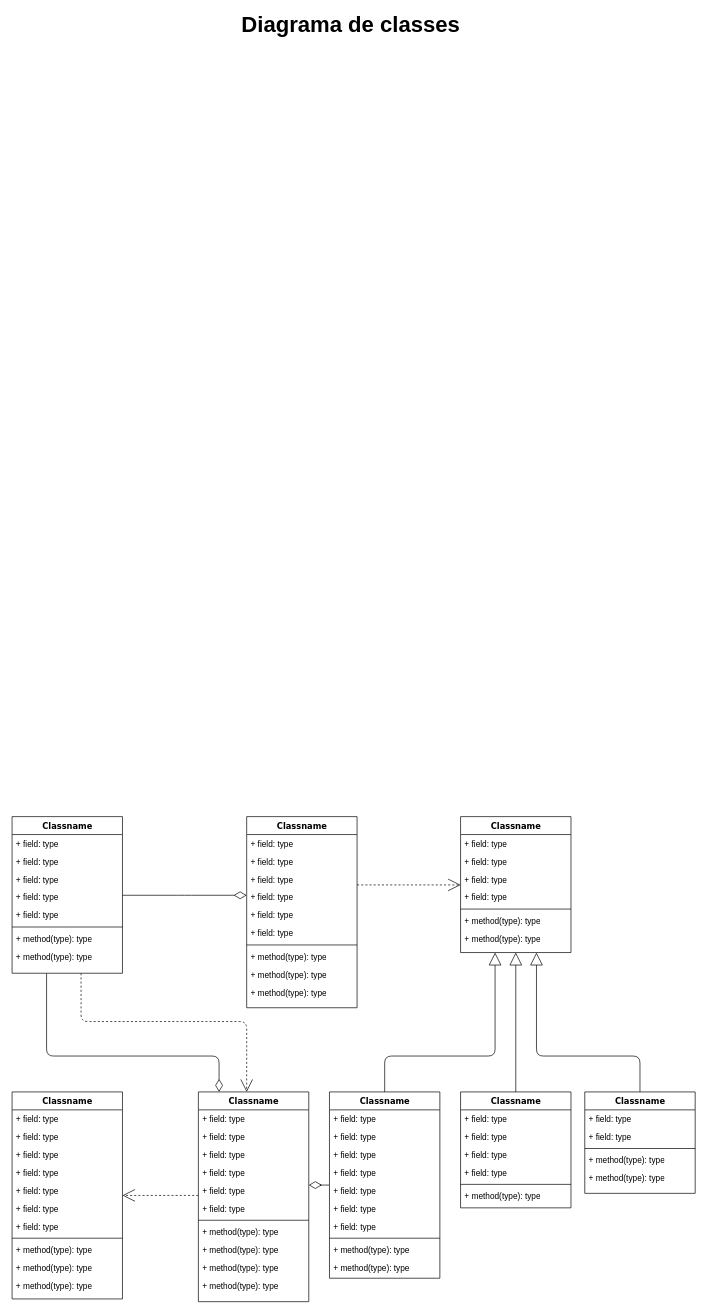
thpsouza/modelagem-modulo-membranas keeps this draw.io diagram as UML.drawio. Above is the earlier version. Source tidied: cells renumbered, new cells numbered last; positions are measured from the earlier drawing's top-left corner, leaving out a move shared by most shapes. Both pictures are drawn from the tidied source at 69%, with x=0, y=0 at pixel (12, 16).
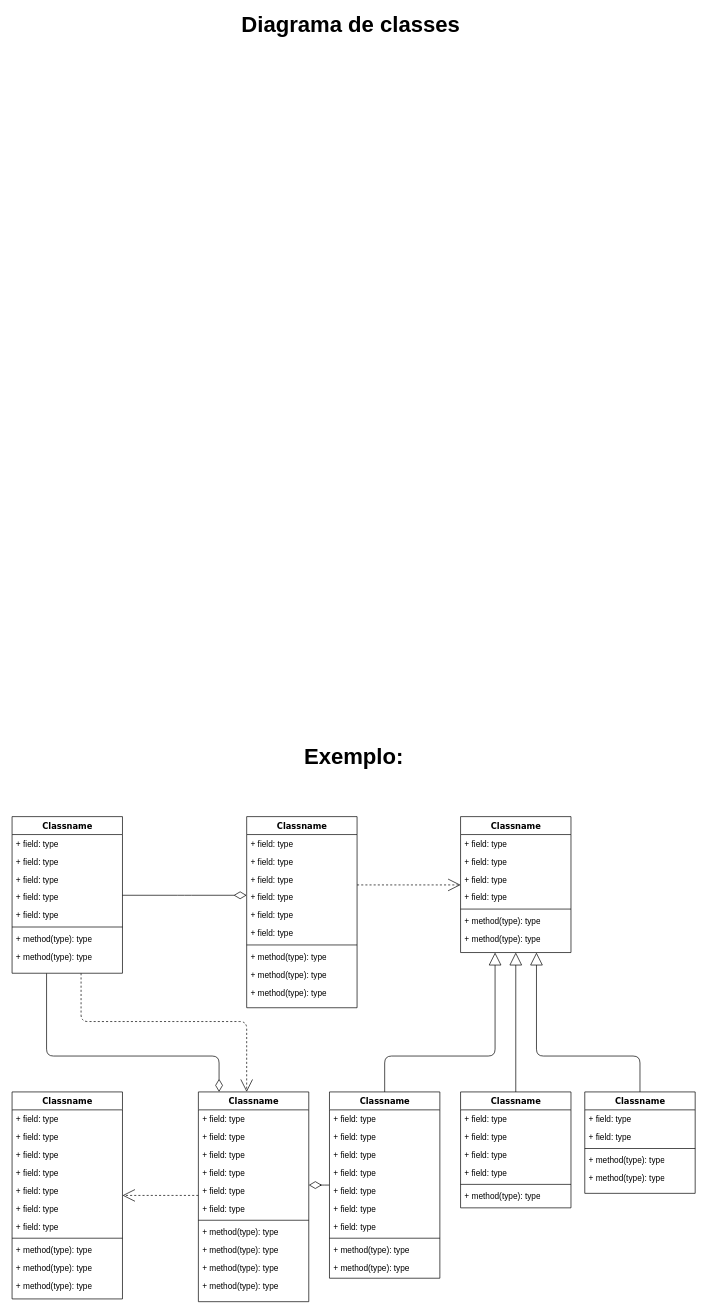
After the change.

The edit, as a diff of the source:
```diff
@@
+    <mxCell id="88" value="&lt;font style=&quot;font-size: 32px;&quot;&gt;Exemplo:&lt;/font&gt;" style="text;align=center;fontStyle=1;verticalAlign=middle;spacingLeft=3;spacingRight=3;strokeColor=none;html=1;" parent="1" vertex="1">
+      <mxGeometry x="455" y="1060" width="80" height="26" as="geometry" />
+    </mxCell>
```
